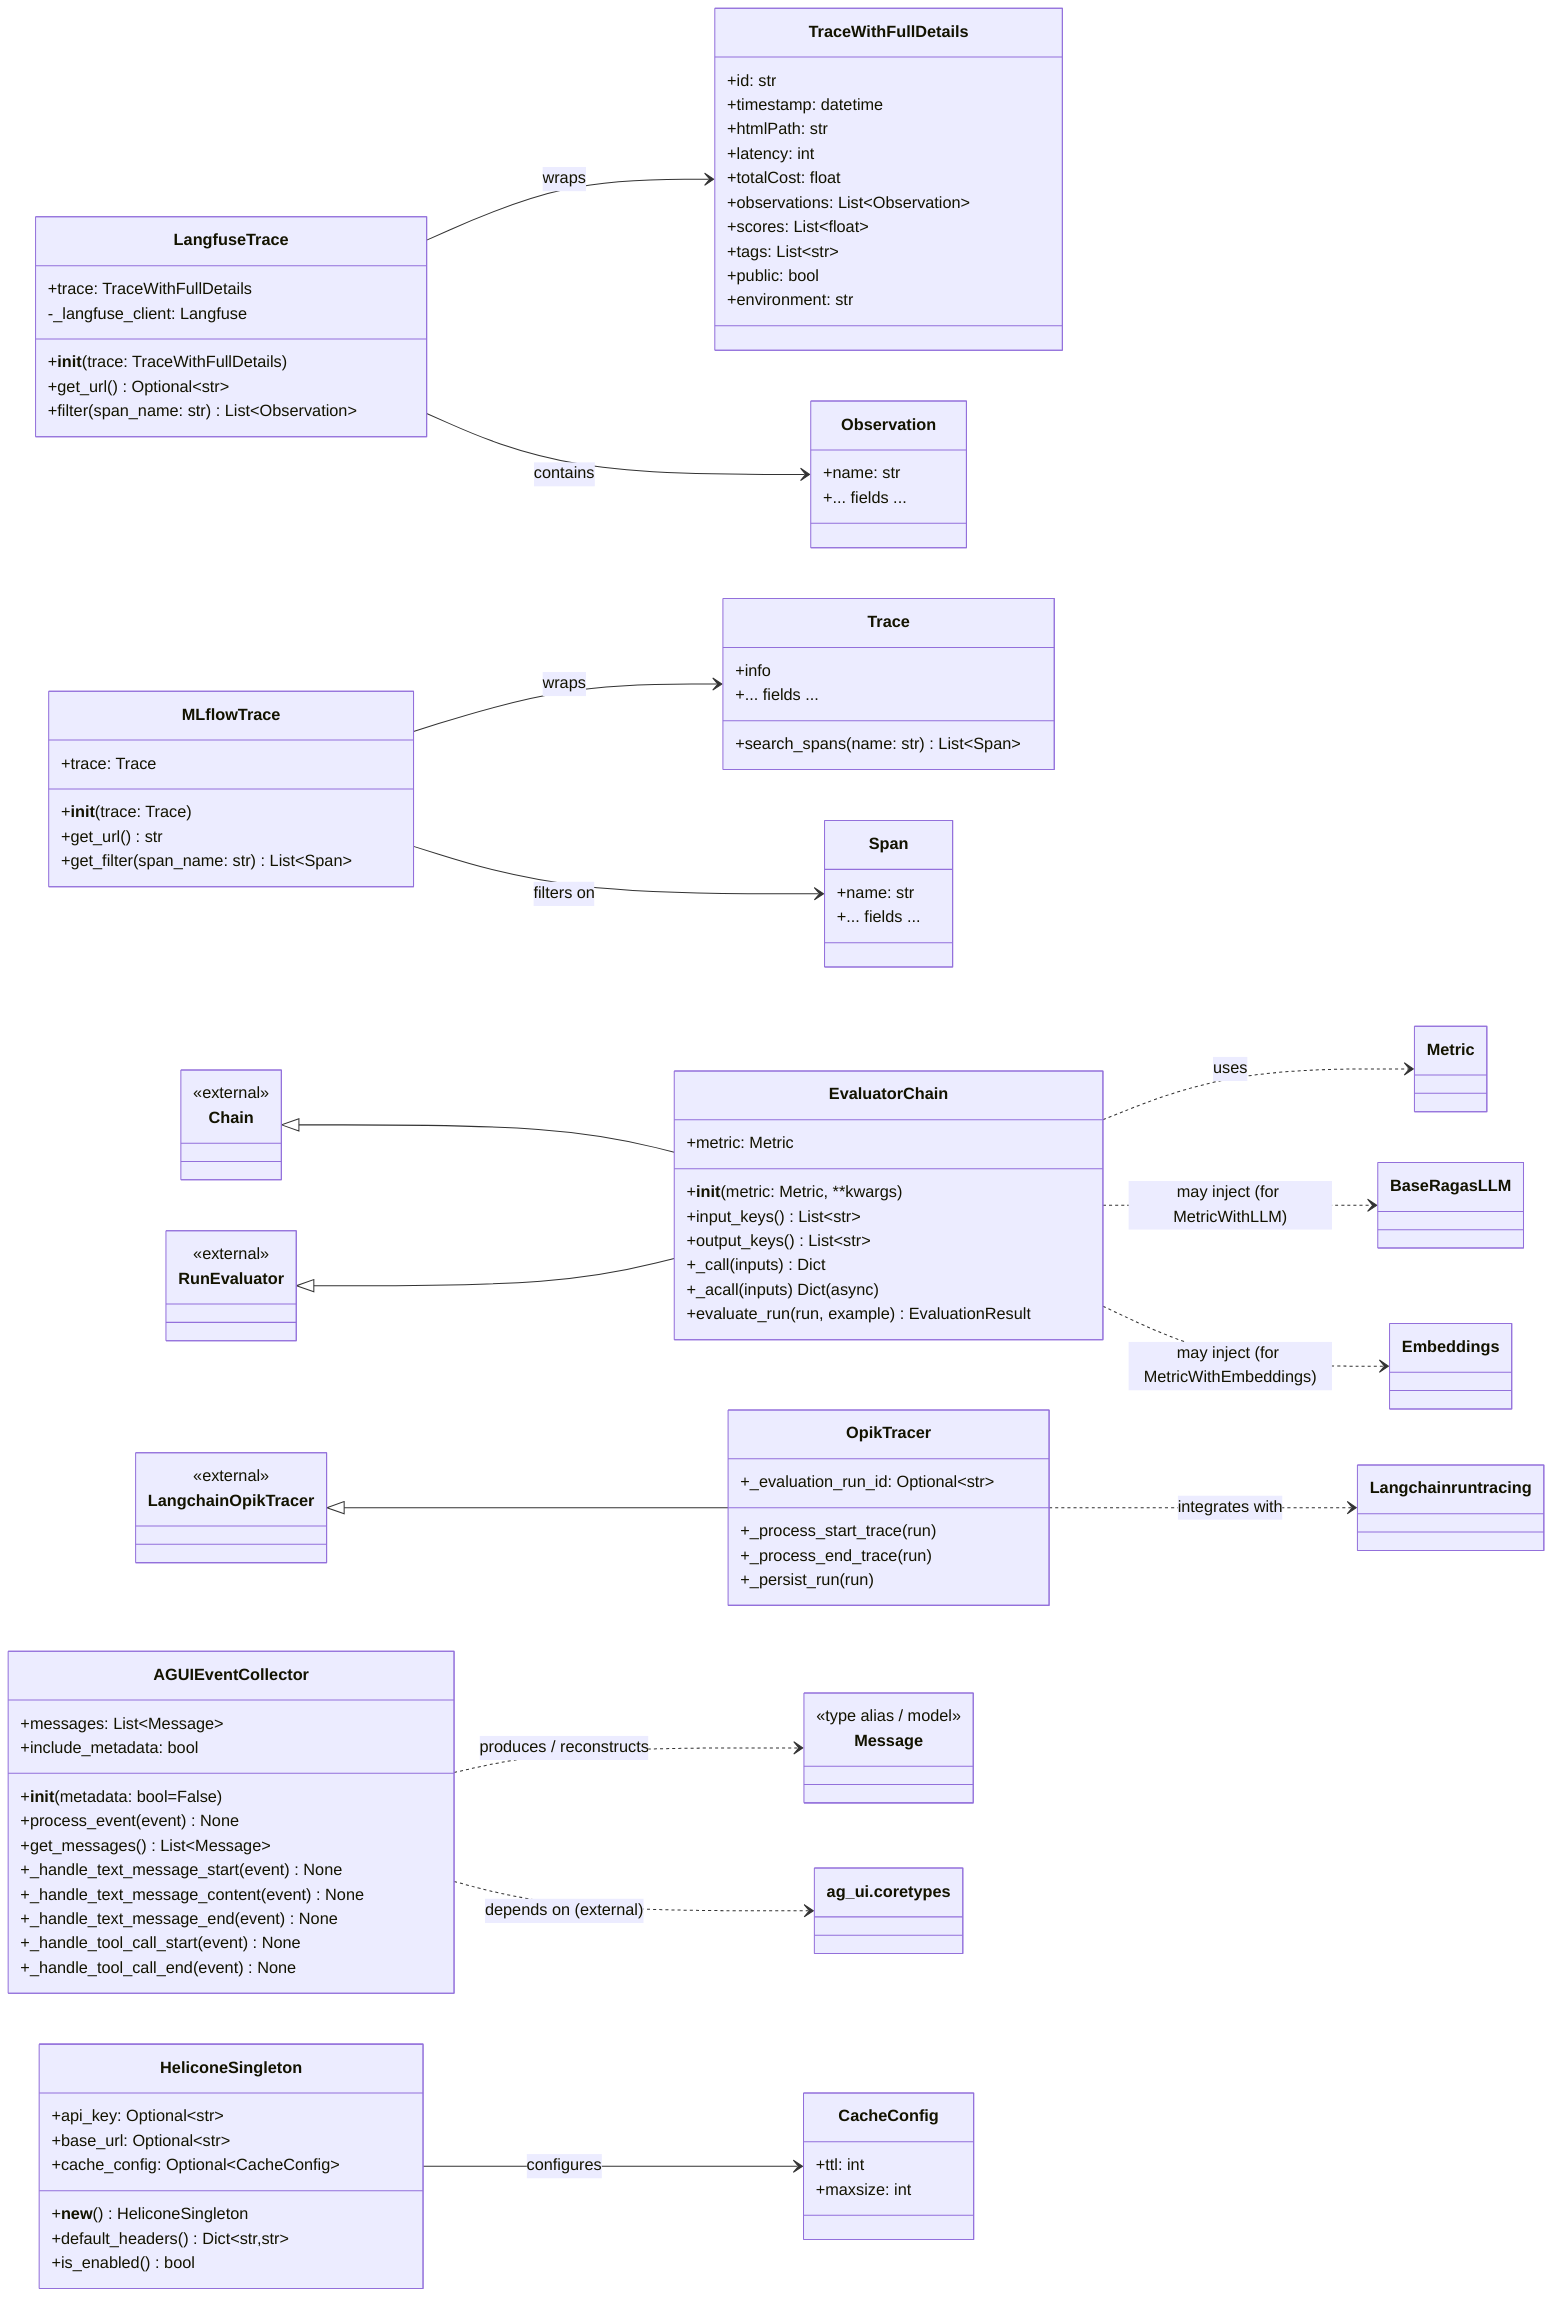
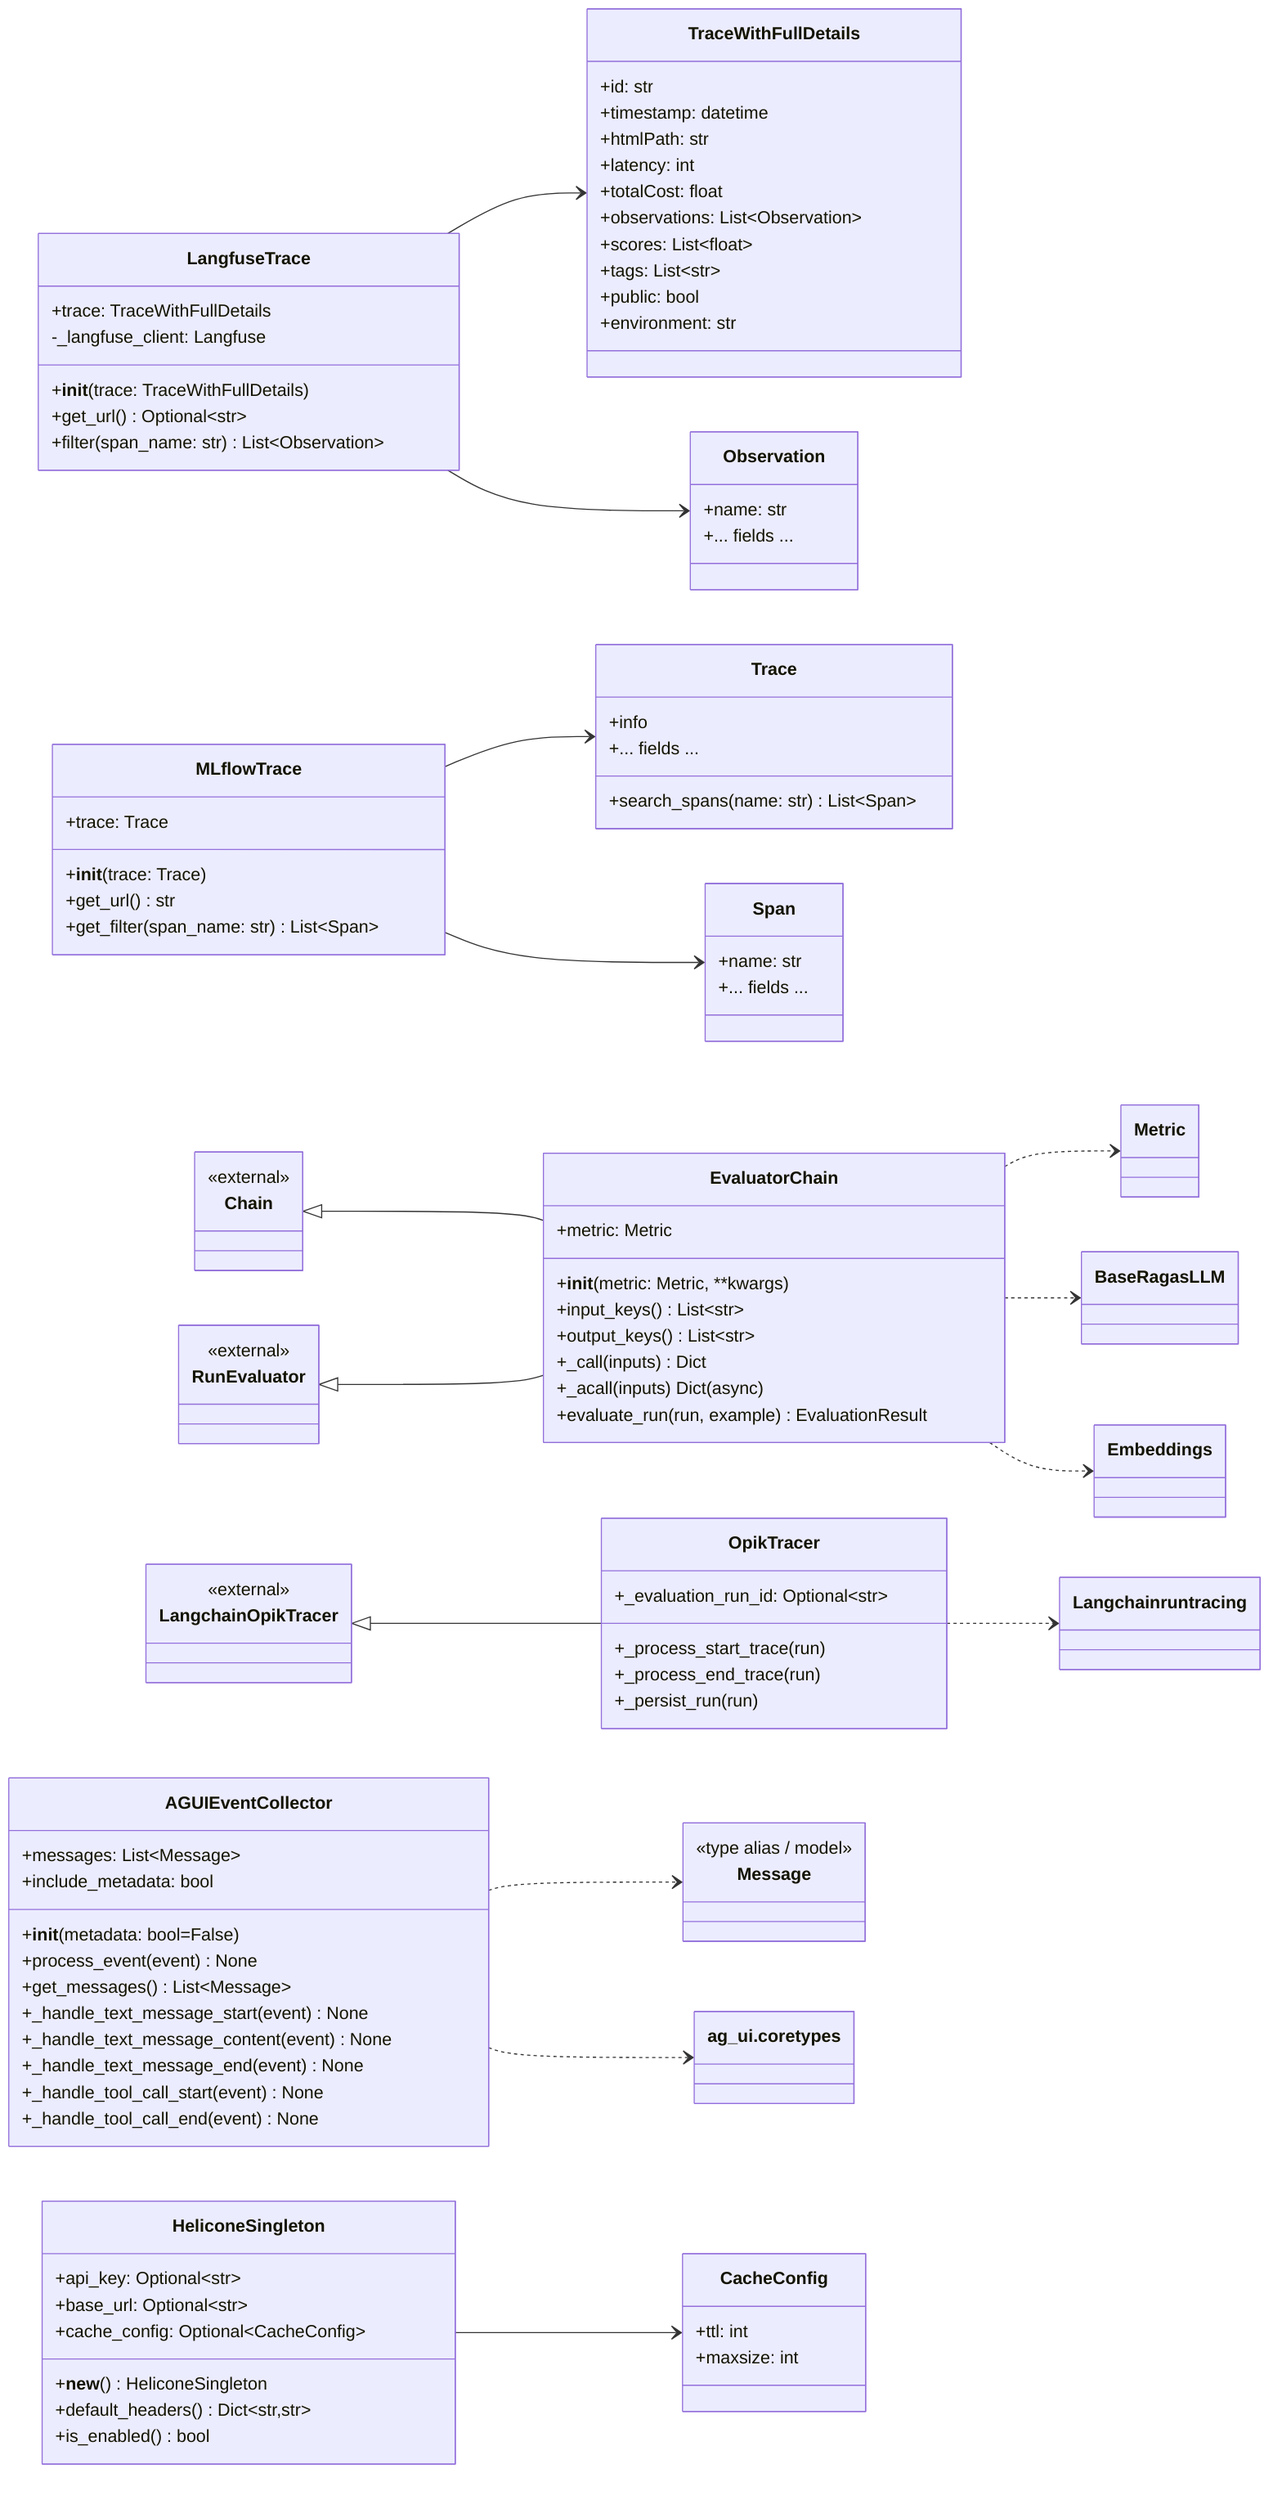
classDiagram
direction LR

%% --- Integrations classes (ragas.integrations) ---

class LangfuseTrace {
  +trace: TraceWithFullDetails
  -_langfuse_client: Langfuse
  +__init__(trace: TraceWithFullDetails)
  +get_url() Optional~str~
  +filter(span_name: str) List~Observation~
}
class TraceWithFullDetails {
  +id: str
  +timestamp: datetime
  +htmlPath: str
  +latency: int
  +totalCost: float
  +observations: List~Observation~
  +scores: List~float~
  +tags: List~str~
  +public: bool
  +environment: str
}
class Observation {
  +name: str
  +... fields ...
}

class MLflowTrace {
  +trace: Trace
  +__init__(trace: Trace)
  +get_url() str
  +get_filter(span_name: str) List~Span~
}
class Span {
  +name: str
  +... fields ...
}
class Trace {
  +info
  +search_spans(name: str) List~Span~
  +... fields ...
}

class EvaluatorChain {
  +metric: Metric
  +__init__(metric: Metric, **kwargs)
  +input_keys() List~str~
  +output_keys() List~str~
  +_call(inputs) Dict
  +_acall(inputs) Dict (async)
  +evaluate_run(run, example) EvaluationResult
}
class Chain {
  <<external>>
}
class RunEvaluator {
  <<external>>
}

class OpikTracer {
  +_evaluation_run_id: Optional~str~
  +_process_start_trace(run)
  +_process_end_trace(run)
  +_persist_run(run)
}
class LangchainOpikTracer {
  <<external>>
}

class AGUIEventCollector {
  +messages: List~Message~
  +include_metadata: bool
  +__init__(metadata: bool=False)
  +process_event(event) None
  +get_messages() List~Message~
  +_handle_text_message_start(event) None
  +_handle_text_message_content(event) None
  +_handle_text_message_end(event) None
  +_handle_tool_call_start(event) None
  +_handle_tool_call_end(event) None
}
class Message {
  <<type alias / model>>
}

class HeliconeSingleton {
  +api_key: Optional~str~
  +base_url: Optional~str~
  +cache_config: Optional~CacheConfig~
  +__new__() HeliconeSingleton
  +default_headers() Dict~str,str~
  +is_enabled() bool
}
class CacheConfig {
  +ttl: int
  +maxsize: int
}

%% --- Inheritance / Implementation ---
Chain <|-- EvaluatorChain
RunEvaluator <|-- EvaluatorChain

LangchainOpikTracer <|-- OpikTracer

%% --- Associations / Usages ---
- LangfuseTrace --> TraceWithFullDetails : wraps
- LangfuseTrace --> Observation : contains
- MLflowTrace --> Trace : wraps
- MLflowTrace --> Span : filters on
+ LangfuseTrace --> TraceWithFullDetails
+ LangfuseTrace --> Observation
+ MLflowTrace --> Trace
+ MLflowTrace --> Span

- EvaluatorChain ..> Metric : uses
- EvaluatorChain ..> BaseRagasLLM : may inject (for MetricWithLLM)
- EvaluatorChain ..> Embeddings : may inject (for MetricWithEmbeddings)
+ EvaluatorChain ..> Metric
+ EvaluatorChain ..> BaseRagasLLM
+ EvaluatorChain ..> Embeddings

- OpikTracer ..> Langchain run tracing : integrates with
- AGUIEventCollector ..> Message : produces / reconstructs
- AGUIEventCollector ..> ag_ui.core types : depends on (external)
+ OpikTracer ..> Langchain run tracing
+ AGUIEventCollector ..> Message
+ AGUIEventCollector ..> ag_ui.core types

- HeliconeSingleton --> CacheConfig : configures
+ HeliconeSingleton --> CacheConfig

